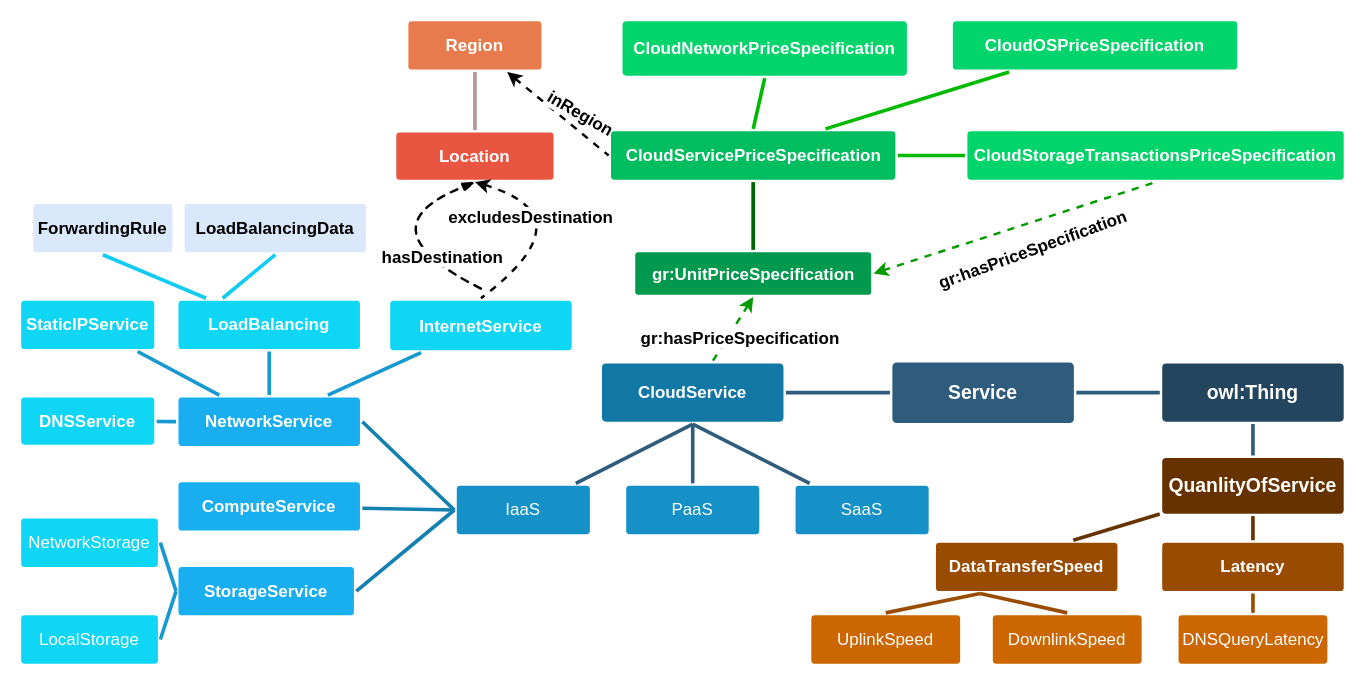
Above: cocoon_v1.0.1_class.drawio in miranda-zhang/draw.io (draw.io), before the change. Source tidied: cells renumbered, new cells numbered last; positions are measured from the earlier drawing's top-left corner, leaving out a move shared by most shapes. Both pictures are drawn from the tidied source at 121%, with x=0, y=0 at pixel (21, 21).
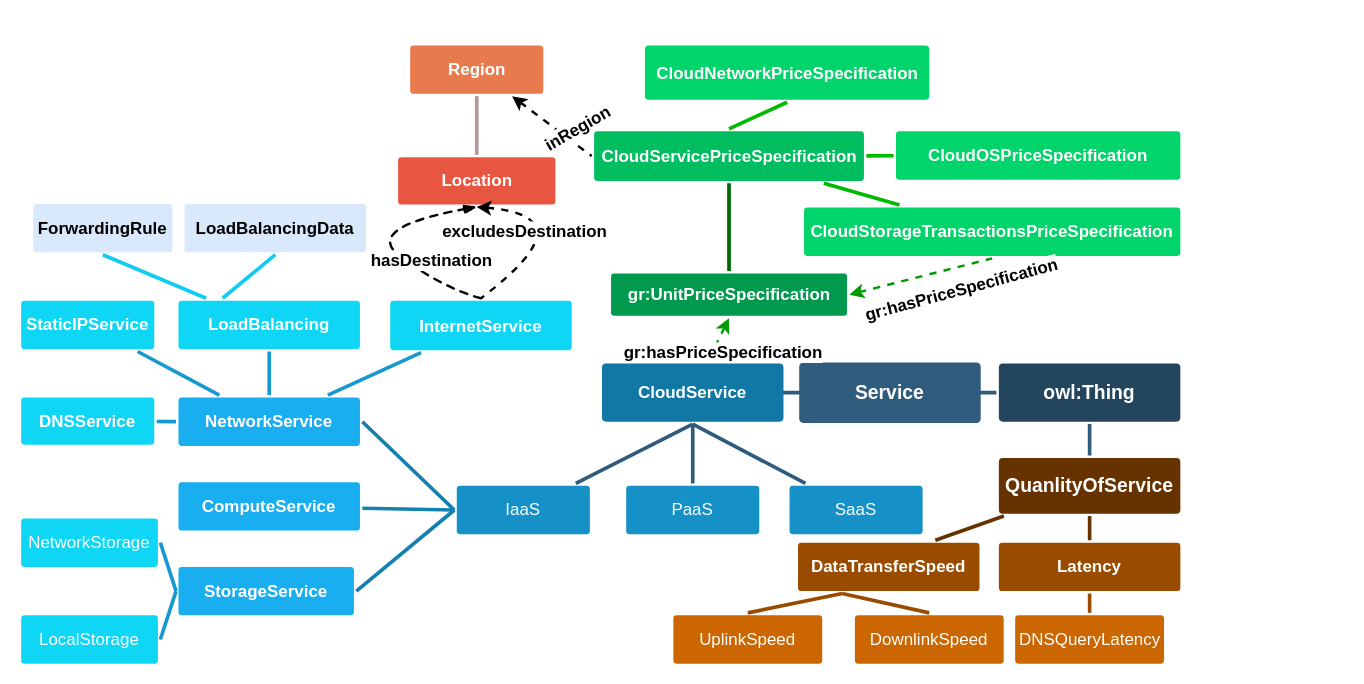
After the change.

The change refers to these unchanged cells:
```xml
<mxCell id="17" value="InternetService" style="rounded=1;whiteSpace=wrap;html=1;shadow=0;labelBackgroundColor=none;strokeColor=none;strokeWidth=3;fillColor=#0FD6F5;fontFamily=Helvetica;fontSize=14;fontColor=#FFFFFF;align=center;spacing=5;fontStyle=1;arcSize=7;perimeterSpacing=2;comic=0;glass=0;" parent="1" vertex="1">
  <mxGeometry x="305" y="231" width="150" height="41" as="geometry" />
</mxCell>
<mxCell id="31" style="endArrow=none;html=1;shadow=0;labelBackgroundColor=none;strokeColor=#000000;strokeWidth=2;fontSize=14;exitX=0.5;exitY=1;exitDx=0;exitDy=0;entryX=0.5;entryY=0;entryDx=0;entryDy=0;curved=1;startArrow=classic;startFill=1;endFill=0;dashed=1;" parent="1" edge="1" source="29" target="17">
  <mxGeometry relative="1" as="geometry">
    <Array as="points">
      <mxPoint x="470" y="161" />
    </Array>
  </mxGeometry>
</mxCell>
<mxCell id="47" style="edgeStyle=none;rounded=0;jumpStyle=none;html=1;shadow=0;labelBackgroundColor=none;startArrow=classic;startFill=1;endArrow=none;endFill=0;jettySize=auto;strokeColor=#009900;strokeWidth=2;fontFamily=Helvetica;fontSize=14;fontColor=#FFFFFF;spacing=5;entryX=0.5;entryY=1;entryDx=0;entryDy=0;exitX=1;exitY=0.5;exitDx=0;exitDy=0;dashed=1;" parent="1" edge="1" source="37" target="41">
  <mxGeometry relative="1" as="geometry" />
</mxCell>
<mxCell id="49" style="edgeStyle=none;rounded=0;jumpStyle=none;html=1;shadow=0;labelBackgroundColor=none;startArrow=classic;startFill=1;endArrow=none;endFill=0;jettySize=auto;strokeColor=#000000;strokeWidth=2;fontFamily=Helvetica;fontSize=14;fontColor=#FFFFFF;spacing=5;entryX=0;entryY=0.5;entryDx=0;entryDy=0;dashed=1;fontStyle=1;" parent="1" edge="1" source="30" target="38">
  <mxGeometry relative="1" as="geometry" />
</mxCell>
```

The edit, as a diff of the source:
```diff
@@
     <mxCell id="3" value="&lt;span&gt;Service&lt;/span&gt;" style="rounded=1;whiteSpace=wrap;html=1;shadow=0;labelBackgroundColor=none;strokeColor=none;strokeWidth=3;fillColor=#2F5B7C;fontFamily=Helvetica;fontSize=16;fontColor=#FFFFFF;align=center;fontStyle=1;spacing=5;arcSize=7;perimeterSpacing=2;" parent="1" vertex="1">
-      <mxGeometry x="720" y="282" width="150" height="50" as="geometry" />
+      <mxGeometry x="643" y="282" width="150" height="50" as="geometry" />
     </mxCell>
     <mxCell id="4" value="&lt;span&gt;owl:Thing&lt;/span&gt;" style="rounded=1;whiteSpace=wrap;html=1;shadow=0;labelBackgroundColor=none;strokeColor=none;strokeWidth=3;fillColor=#24455E;fontFamily=Helvetica;fontSize=16;fontColor=#FFFFFF;align=center;fontStyle=1;spacing=5;arcSize=7;perimeterSpacing=2;" parent="1" vertex="1">
-      <mxGeometry x="943" y="283" width="150" height="48" as="geometry" />
+      <mxGeometry x="808" y="283" width="150" height="48" as="geometry" />
     </mxCell>
@@
     <mxCell id="29" value="Location" style="rounded=1;whiteSpace=wrap;html=1;shadow=0;labelBackgroundColor=none;strokeColor=none;strokeWidth=3;fillColor=#e85642;fontFamily=Helvetica;fontSize=14;fontColor=#FFFFFF;align=center;spacing=5;fontStyle=1;arcSize=7;perimeterSpacing=2;" parent="1" vertex="1">
-      <mxGeometry x="310" y="92" width="130" height="39" as="geometry" />
+      <mxGeometry x="311.5" y="112.5" width="130" height="39" as="geometry" />
     </mxCell>
     <mxCell id="30" value="Region" style="rounded=1;whiteSpace=wrap;html=1;shadow=0;labelBackgroundColor=none;strokeColor=none;strokeWidth=3;fillColor=#E87B4D;fontFamily=Helvetica;fontSize=14;fontColor=#FFFFFF;align=center;spacing=5;fontStyle=1;arcSize=7;perimeterSpacing=2;" parent="1" vertex="1">
-      <mxGeometry x="320" width="110" height="40" as="geometry" />
+      <mxGeometry x="321.5" y="20" width="110" height="40" as="geometry" />
     </mxCell>
@@
     <mxCell id="32" value="excludesDestination" style="text;html=1;align=center;verticalAlign=middle;labelBackgroundColor=#ffffff;fontSize=14;fontStyle=1;" parent="31" vertex="1">
       <mxGeometry x="0.35" y="-13" relative="1" as="geometry">
-        <mxPoint x="-7" y="-16" as="offset" />
+        <mxPoint x="-10.5" y="-4" as="offset" />
       </mxGeometry>
     </mxCell>
-    <mxCell id="33" style="comic=1;strokeWidth=2;endArrow=blockThin;html=1;fontFamily=Comic Sans MS;fontStyle=1;shadow=0;labelBackgroundColor=none;entryX=0.5;entryY=1;entryDx=0;entryDy=0;curved=1;dashed=1;" parent="1" edge="1" target="29">
+    <mxCell id="33" style="comic=1;strokeWidth=2;endArrow=blockThin;html=1;fontFamily=Comic Sans MS;fontStyle=1;shadow=0;labelBackgroundColor=none;entryX=0.5;entryY=1;entryDx=0;entryDy=0;curved=1;dashed=1;exitX=0.5;exitY=0;exitDx=0;exitDy=0;" parent="1" edge="1" source="17" target="29">
       <mxGeometry relative="1" as="geometry">
-        <mxPoint x="380" y="221" as="sourcePoint" />
         <Array as="points">
+          <mxPoint x="350" y="221" />
           <mxPoint x="280" y="171" />
         </Array>
       </mxGeometry>
     </mxCell>
     <mxCell id="34" value="hasDestination" style="text;html=1;align=center;verticalAlign=middle;labelBackgroundColor=#ffffff;fontSize=14;fontStyle=1;" parent="33" vertex="1">
       <mxGeometry x="-0.19" y="-16" relative="1" as="geometry">
-        <mxPoint x="38" y="27" as="offset" />
+        <mxPoint x="24.5" y="22.5" as="offset" />
       </mxGeometry>
     </mxCell>
@@
     <mxCell id="37" value="gr:UnitPriceSpecification" style="rounded=1;whiteSpace=wrap;html=1;shadow=0;labelBackgroundColor=none;strokeColor=none;strokeWidth=3;fillColor=#00994D;fontFamily=Helvetica;fontSize=14;fontColor=#FFFFFF;align=center;spacing=5;fontStyle=1;arcSize=7;perimeterSpacing=2;" parent="1" vertex="1">
-      <mxGeometry x="507.5" y="191" width="195" height="35" as="geometry" />
+      <mxGeometry x="487.5" y="208.5" width="195" height="35" as="geometry" />
     </mxCell>
     <mxCell id="38" value="CloudServicePriceSpecification" style="rounded=1;whiteSpace=wrap;html=1;shadow=0;labelBackgroundColor=none;strokeColor=none;strokeWidth=3;fillColor=#00BD5F;fontFamily=Helvetica;fontSize=14;fontColor=#FFFFFF;align=center;spacing=5;fontStyle=1;arcSize=7;perimeterSpacing=2;" parent="1" vertex="1">
-      <mxGeometry x="487.5" y="91" width="235" height="40" as="geometry" />
+      <mxGeometry x="473.5" y="91" width="223" height="41" as="geometry" />
     </mxCell>
@@
     <mxCell id="41" value="CloudStorageTransactionsPriceSpecification" style="rounded=1;whiteSpace=wrap;html=1;shadow=0;labelBackgroundColor=none;strokeColor=none;strokeWidth=3;fillColor=#00D46A;fontFamily=Helvetica;fontSize=14;fontColor=#FFFFFF;align=center;spacing=5;fontStyle=1;arcSize=7;perimeterSpacing=2;" parent="1" vertex="1">
-      <mxGeometry x="782" y="91" width="311" height="40" as="geometry" />
+      <mxGeometry x="647" y="154" width="311" height="40" as="geometry" />
     </mxCell>
     <mxCell id="42" value="CloudOSPriceSpecification" style="rounded=1;whiteSpace=wrap;html=1;shadow=0;labelBackgroundColor=none;strokeColor=none;strokeWidth=3;fillColor=#00D46A;fontFamily=Helvetica;fontSize=14;fontColor=#FFFFFF;align=center;spacing=5;fontStyle=1;arcSize=7;perimeterSpacing=2;" parent="1" vertex="1">
-      <mxGeometry x="770" width="235" height="40" as="geometry" />
+      <mxGeometry x="723" y="91" width="235" height="40" as="geometry" />
     </mxCell>
     <mxCell id="43" value="CloudNetworkPriceSpecification" style="rounded=1;whiteSpace=wrap;html=1;shadow=0;labelBackgroundColor=none;strokeColor=none;strokeWidth=3;fillColor=#00D46A;fontFamily=Helvetica;fontSize=14;fontColor=#FFFFFF;align=center;spacing=5;fontStyle=1;arcSize=7;perimeterSpacing=2;" parent="1" vertex="1">
-      <mxGeometry x="497" width="235" height="45" as="geometry" />
+      <mxGeometry x="515.5" y="20" width="235" height="45" as="geometry" />
     </mxCell>
-    <mxCell id="44" style="edgeStyle=none;rounded=0;jumpStyle=none;html=1;shadow=0;labelBackgroundColor=none;startArrow=none;startFill=0;endArrow=none;endFill=0;jettySize=auto;strokeColor=#00BA00;strokeWidth=3;fontFamily=Helvetica;fontSize=14;fontColor=#FFFFFF;spacing=5;exitX=0.75;exitY=0;exitDx=0;exitDy=0;" parent="1" edge="1" source="38" target="42">
+    <mxCell id="44" style="edgeStyle=none;rounded=0;jumpStyle=none;html=1;shadow=0;labelBackgroundColor=none;startArrow=none;startFill=0;endArrow=none;endFill=0;jettySize=auto;strokeColor=#00BA00;strokeWidth=3;fontFamily=Helvetica;fontSize=14;fontColor=#FFFFFF;spacing=5;" parent="1" edge="1" source="38" target="42">
       <mxGeometry relative="1" as="geometry" />
     </mxCell>
@@
-    <mxCell id="48" value="gr:hasPriceSpecification" style="text;html=1;align=center;verticalAlign=middle;labelBackgroundColor=#ffffff;fontSize=14;rotation=-20;fontStyle=1;" parent="47" vertex="1">
+    <mxCell id="48" value="gr:hasPriceSpecification" style="text;html=1;align=center;verticalAlign=middle;labelBackgroundColor=#ffffff;fontSize=14;rotation=-15;fontStyle=1;" parent="47" vertex="1">
       <mxGeometry x="-0.32" y="1" relative="1" as="geometry">
         <mxPoint x="52.5" y="7" as="offset" />
       </mxGeometry>
     </mxCell>
@@
-    <mxCell id="50" value="inRegion&lt;br&gt;" style="text;html=1;align=center;verticalAlign=middle;labelBackgroundColor=#ffffff;fontSize=14;rotation=30;fontStyle=1;" parent="49" vertex="1">
+    <mxCell id="50" value="inRegion&lt;br&gt;" style="text;html=1;align=center;verticalAlign=middle;labelBackgroundColor=#ffffff;fontSize=14;rotation=-30;fontStyle=1;" parent="49" vertex="1">
       <mxGeometry x="-0.32" y="1" relative="1" as="geometry">
         <mxPoint x="30.5" y="11" as="offset" />
       </mxGeometry>
     </mxCell>
-    <mxCell id="51" style="edgeStyle=orthogonalEdgeStyle;rounded=0;jettySize=auto;html=1;strokeWidth=3;strokeColor=#2F5B7C;endArrow=none;endFill=0;entryX=1;entryY=0.5;entryDx=0;entryDy=0;" parent="1" edge="1" source="4" target="3">
-      <mxGeometry relative="1" as="geometry" />
+    <mxCell id="51" style="edgeStyle=orthogonalEdgeStyle;rounded=0;jettySize=auto;html=1;strokeWidth=3;strokeColor=#2F5B7C;endArrow=none;endFill=0;entryX=1;entryY=0.5;entryDx=0;entryDy=0;" parent="1" edge="1" source="4">
+      <mxGeometry relative="1" as="geometry">
+        <mxPoint x="758" y="307" as="targetPoint" />
+      </mxGeometry>
     </mxCell>
     <mxCell id="52" value="QuanlityOfService" style="rounded=1;whiteSpace=wrap;html=1;shadow=0;labelBackgroundColor=none;strokeColor=none;strokeWidth=3;fillColor=#663300;fontFamily=Helvetica;fontSize=16;fontColor=#FFFFFF;align=center;fontStyle=1;spacing=5;arcSize=7;perimeterSpacing=2;" parent="1" vertex="1">
-      <mxGeometry x="943" y="361" width="150" height="46" as="geometry" />
+      <mxGeometry x="808" y="361" width="150" height="46" as="geometry" />
     </mxCell>
     <mxCell id="53" value="&lt;span&gt;DataTransferSpeed&lt;/span&gt;" style="rounded=1;whiteSpace=wrap;html=1;shadow=0;labelBackgroundColor=none;strokeColor=none;strokeWidth=3;fillColor=#994C00;fontFamily=Helvetica;fontSize=14;fontColor=#FFFFFF;align=center;spacing=5;fontStyle=1;arcSize=7;perimeterSpacing=2;comic=0;glass=0;" parent="1" vertex="1">
-      <mxGeometry x="756" y="431" width="150" height="40" as="geometry" />
+      <mxGeometry x="642" y="431" width="150" height="40" as="geometry" />
     </mxCell>
     <mxCell id="54" value="&lt;span&gt;Latency&lt;/span&gt;" style="rounded=1;whiteSpace=wrap;html=1;shadow=0;labelBackgroundColor=none;strokeColor=none;strokeWidth=3;fillColor=#994C00;fontFamily=Helvetica;fontSize=14;fontColor=#FFFFFF;align=center;spacing=5;fontStyle=1;arcSize=7;perimeterSpacing=2;comic=0;glass=0;" parent="1" vertex="1">
-      <mxGeometry x="943" y="431" width="150" height="40" as="geometry" />
+      <mxGeometry x="808" y="431" width="150" height="40" as="geometry" />
     </mxCell>
@@
     <mxCell id="58" value="SaaS" style="rounded=1;whiteSpace=wrap;html=1;shadow=0;labelBackgroundColor=none;strokeColor=none;strokeWidth=3;fillColor=#1591C7;fontFamily=Helvetica;fontSize=14;fontColor=#FFFFFF;align=center;spacing=5;arcSize=7;perimeterSpacing=2;" parent="1" vertex="1">
-      <mxGeometry x="640" y="384" width="110" height="40" as="geometry" />
+      <mxGeometry x="635" y="384" width="110" height="40" as="geometry" />
     </mxCell>
@@
     <mxCell id="60" value="&lt;span&gt;DNSQueryLatency&lt;/span&gt;" style="rounded=1;whiteSpace=wrap;html=1;shadow=0;labelBackgroundColor=none;strokeColor=none;strokeWidth=3;fillColor=#CC6600;fontFamily=Helvetica;fontSize=14;fontColor=#FFFFFF;align=center;spacing=5;arcSize=7;perimeterSpacing=2;" parent="1" vertex="1">
-      <mxGeometry x="956.5" y="491" width="123" height="40" as="geometry" />
+      <mxGeometry x="821.5" y="491" width="123" height="40" as="geometry" />
     </mxCell>
@@
     <mxCell id="62" value="&lt;span&gt;DownlinkSpeed&lt;/span&gt;&lt;br&gt;" style="rounded=1;whiteSpace=wrap;html=1;shadow=0;labelBackgroundColor=none;strokeColor=none;strokeWidth=3;fillColor=#CC6600;fontFamily=Helvetica;fontSize=14;fontColor=#FFFFFF;align=center;spacing=5;arcSize=7;perimeterSpacing=2;" parent="1" vertex="1">
-      <mxGeometry x="803" y="491" width="123" height="40" as="geometry" />
+      <mxGeometry x="689" y="491" width="123" height="40" as="geometry" />
     </mxCell>
     <mxCell id="63" value="&lt;span&gt;UplinkSpeed&lt;/span&gt;&lt;br&gt;" style="rounded=1;whiteSpace=wrap;html=1;shadow=0;labelBackgroundColor=none;strokeColor=none;strokeWidth=3;fillColor=#CC6600;fontFamily=Helvetica;fontSize=14;fontColor=#FFFFFF;align=center;spacing=5;arcSize=7;perimeterSpacing=2;" parent="1" vertex="1">
-      <mxGeometry x="653" y="491" width="123" height="40" as="geometry" />
+      <mxGeometry x="539" y="491" width="123" height="40" as="geometry" />
     </mxCell>
```
